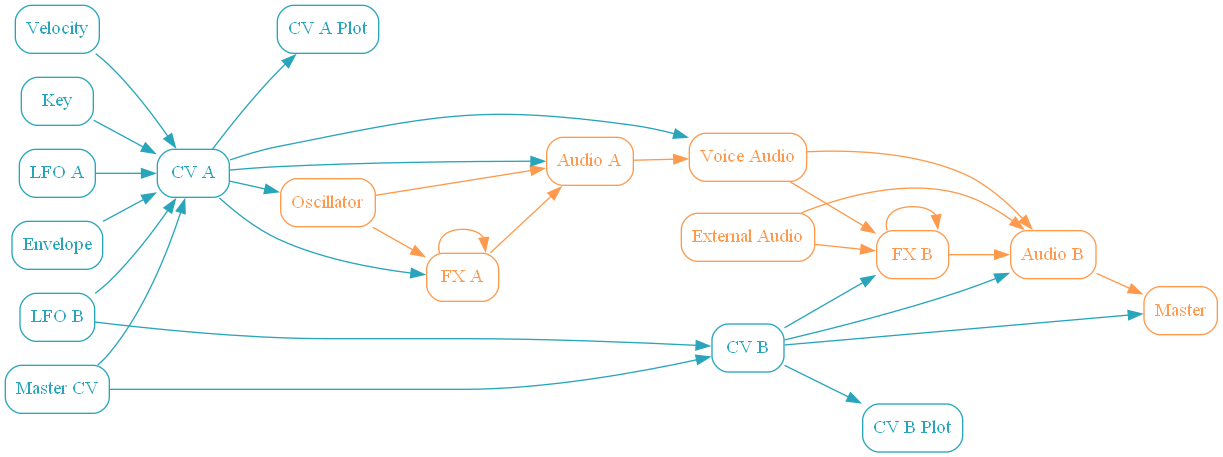
The Graphviz diagram static/routing_overview.png in sjoerdvankreel/infernal-synth, before a commit. Its source is kept beside it as static/routing_overview.dot.
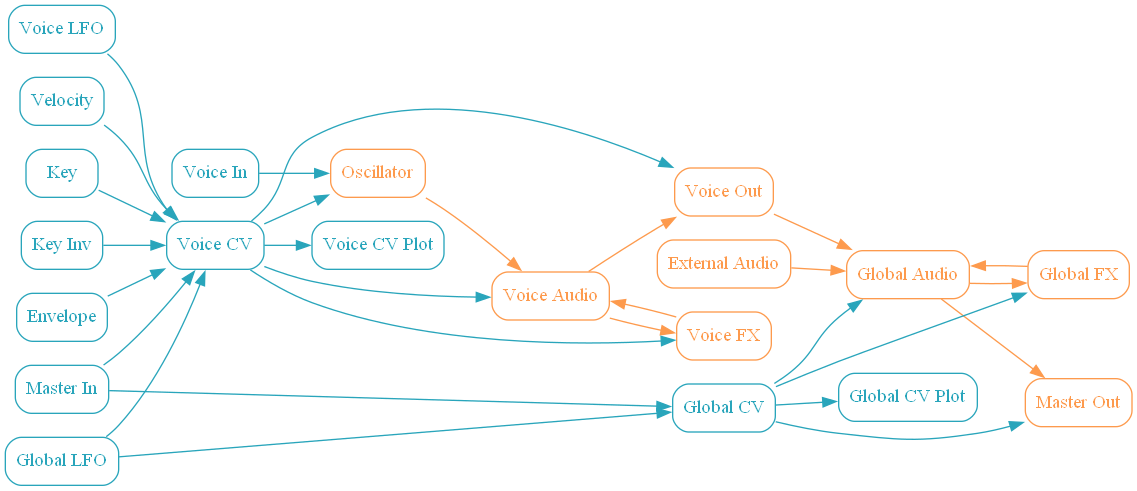
Above is the later version.

Commit message:
update routing plot

Diff of the diagram source:
```diff
@@ -2,20 +2,56 @@
   rankdir="LR";
 
   comment="Nodes"
-  "FX A", "FX B", "Voice Audio", "Master", "Audio A", "Audio B", "External Audio", "Oscillator" [shape="rect", style="rounded", color="#FD9A4D", fontcolor="#FD9A4D"]
-  "CV A", "CV B", "LFO A", "LFO B", "Envelope", "Velocity", "Key", "CV A Plot", "CV B Plot", "Master CV" [shape="rect", style="rounded", color="#29A5BB", fontcolor="#29A5BB"]
+  "External Audio" [shape="rect", style="rounded", color="#FD9A4D", fontcolor="#FD9A4D"]
+  "Oscillator" [shape="rect", style="rounded", color="#FD9A4D", fontcolor="#FD9A4D"]
+  "Voice FX" [shape="rect", style="rounded", color="#FD9A4D", fontcolor="#FD9A4D"]
+  "Voice Out" [shape="rect", style="rounded", color="#FD9A4D", fontcolor="#FD9A4D"]
+  "Voice Audio" [shape="rect", style="rounded", color="#FD9A4D", fontcolor="#FD9A4D"]
+  "Master Out" [shape="rect", style="rounded", color="#FD9A4D", fontcolor="#FD9A4D"]
+  "Global FX" [shape="rect", style="rounded", color="#FD9A4D", fontcolor="#FD9A4D"]
+  "Global Audio" [shape="rect", style="rounded", color="#FD9A4D", fontcolor="#FD9A4D"]
+  "Master In" [shape="rect", style="rounded", color="#29A5BB", fontcolor="#29A5BB"]
+  "Voice In" [shape="rect", style="rounded", color="#29A5BB", fontcolor="#29A5BB"]
+  "Envelope" [shape="rect", style="rounded", color="#29A5BB", fontcolor="#29A5BB"]
+  "Voice LFO" [shape="rect", style="rounded", color="#29A5BB", fontcolor="#29A5BB"]
+  "Voice CV" [shape="rect", style="rounded", color="#29A5BB", fontcolor="#29A5BB"]
+  "Voice CV Plot" [shape="rect", style="rounded", color="#29A5BB", fontcolor="#29A5BB"]
+  "Global LFO" [shape="rect", style="rounded", color="#29A5BB", fontcolor="#29A5BB"]
+  "Global CV" [shape="rect", style="rounded", color="#29A5BB", fontcolor="#29A5BB"]
+  "Global CV Plot" [shape="rect", style="rounded", color="#29A5BB", fontcolor="#29A5BB"]
+  "Velocity" [shape="rect", style="rounded", color="#29A5BB", fontcolor="#29A5BB"]
+  "Key" [shape="rect", style="rounded", color="#29A5BB", fontcolor="#29A5BB"]
+  "Key Inv" [shape="rect", style="rounded", color="#29A5BB", fontcolor="#29A5BB"]
 
   comment="Audio edges"
-  "Audio A" -> "Voice Audio" [color="#FD9A4D"]
-  "Audio B" -> "Master" [color="#FD9A4D"]
-  {"Oscillator"; "FX A"} -> "FX A" [color="#FD9A4D"]
-  {"Oscillator"; "FX A"} -> "Audio A" [color="#FD9A4D"]
-  {"FX B"; "Voice Audio"; "External Audio"} -> "FX B" [color="#FD9A4D"]
-  {"FX B"; "Voice Audio"; "External Audio"} -> "Audio B" [color="#FD9A4D"]
+  "Oscillator" -> "Voice Audio" [color="#FD9A4D"]
+  "Voice FX" -> "Voice Audio" [color="#FD9A4D"]
+  "Voice Audio" -> "Voice FX" [color="#FD9A4D"]
+  "Voice Audio" -> "Voice Out" [color="#FD9A4D"]
+  "Voice Out" -> "Global Audio" [color="#FD9A4D"]
+  "External Audio" -> "Global Audio" [color="#FD9A4D"]
+  "Global Audio" -> "Global FX" [color="#FD9A4D"]
+  "Global FX" -> "Global Audio" [color="#FD9A4D"]
+  "Global Audio" -> "Master Out" [color="#FD9A4D"]
 
   comment="CV edges"
-  {"LFO B", "Master CV"} -> "CV B" [color="#29A5BB"]
-  {"LFO A", "LFO B", "Velocity", "Key", "Envelope", "Master CV"} -> "CV A" [color="#29A5BB"]
-  "CV B" -> {"FX B", "Master", "Audio B", "CV B Plot"} [color="#29A5BB"]
-  "CV A" -> {"Oscillator", "FX A", "Audio A", "CV A Plot", "Voice Audio"} [color="#29A5BB"]
+  "Voice In" -> "Oscillator" [color="#29A5BB"]
+  "Envelope" -> "Voice CV" [color="#29A5BB"]
+  "Voice LFO" -> "Voice CV" [color="#29A5BB"]
+  "Global LFO" -> "Voice CV" [color="#29A5BB"]
+  "Master In" -> "Voice CV" [color="#29A5BB"]
+  "Velocity" -> "Voice CV" [color="#29A5BB"]
+  "Key" -> "Voice CV" [color="#29A5BB"]
+  "Key Inv" -> "Voice CV" [color="#29A5BB"]
+  "Voice CV" -> "Voice CV Plot" [color="#29A5BB"]
+  "Voice CV" -> "Oscillator" [color="#29A5BB"]
+  "Voice CV" -> "Voice Out" [color="#29A5BB"]
+  "Voice CV" -> "Voice FX" [color="#29A5BB"]
+  "Voice CV" -> "Voice Audio" [color="#29A5BB"]
+  "Global LFO" -> "Global CV" [color="#29A5BB"]
+  "Master In" -> "Global CV" [color="#29A5BB"]
+  "Global CV" -> "Global CV Plot" [color="#29A5BB"]
+  "Global CV" -> "Master Out" [color="#29A5BB"]
+  "Global CV" -> "Global FX" [color="#29A5BB"]
+  "Global CV" -> "Global Audio" [color="#29A5BB"]
 }
```
